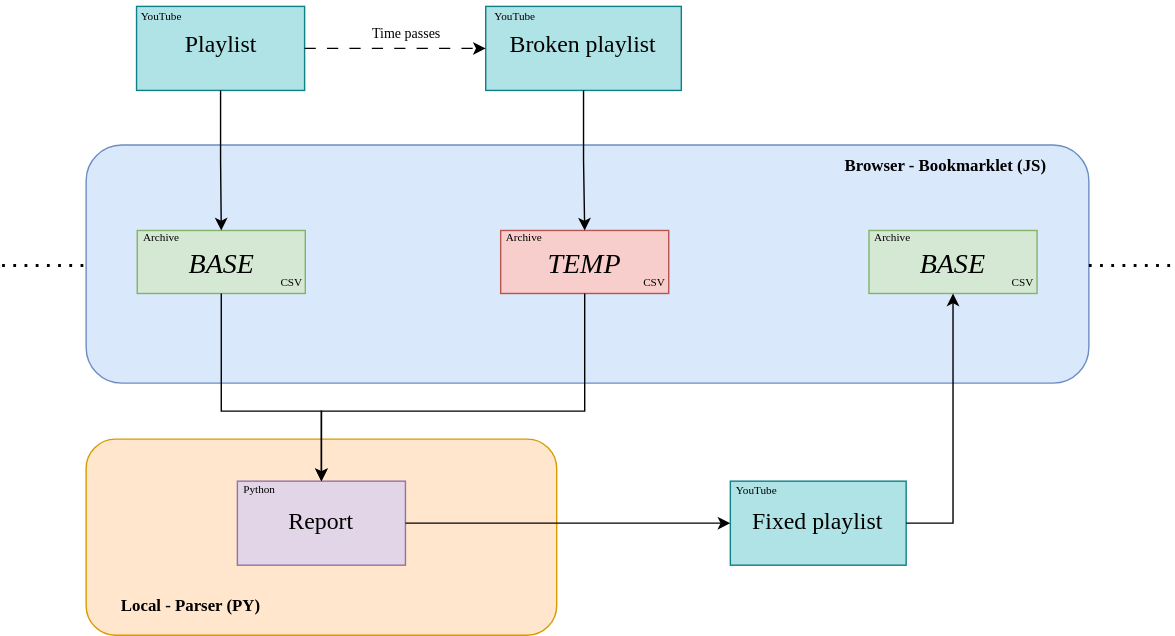
Earlier version of the draw.io export misc/diagram.drawio.svg (vitto4/yt-playlist-diff). Source tidied: cells renumbered, new cells last; positions are measured from the earlier drawing's top-left corner, leaving out a move shared by most shapes.
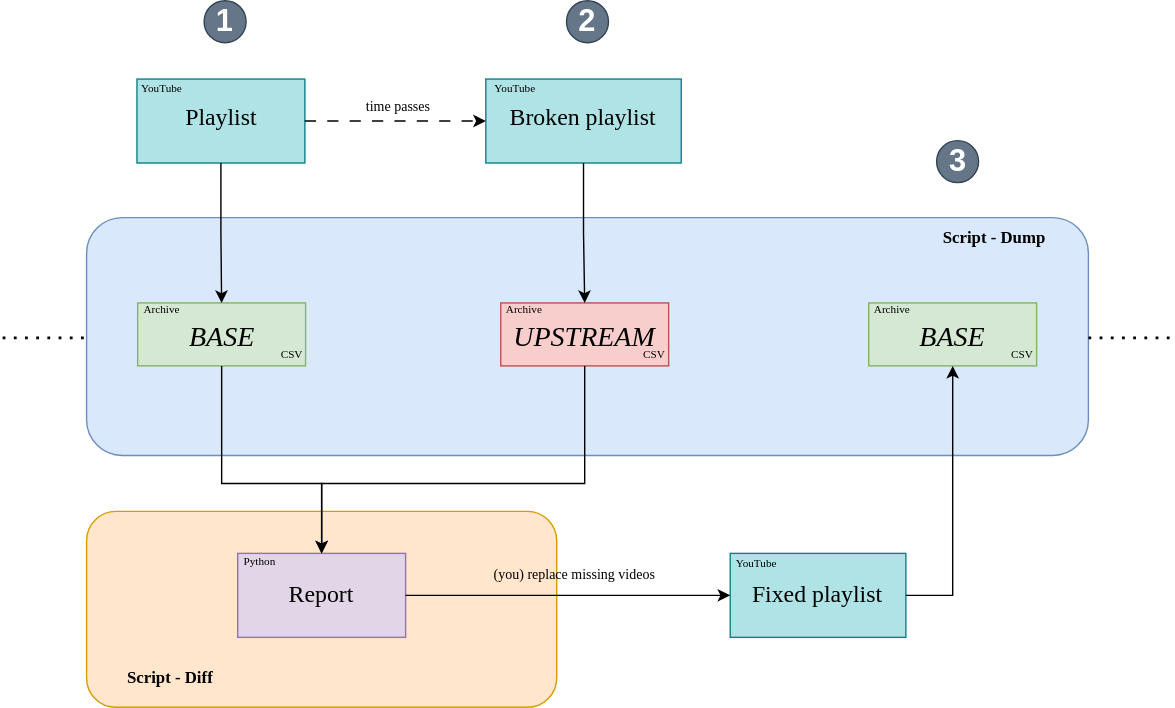
The same file after the commit.

The edit, as a diff of the source:
```diff
@@ -5,8 +5,8 @@
     <mxCell id="2" style="rounded=1;whiteSpace=wrap;html=1;fillColor=#dae8fc;strokeColor=#6c8ebf;" parent="1" vertex="1">
       <mxGeometry x="60" y="103" width="716" height="170" as="geometry" />
     </mxCell>
-    <mxCell id="3" value="Browser - Bookmarklet (JS)" style="text;html=1;strokeColor=none;fillColor=none;align=center;verticalAlign=middle;whiteSpace=wrap;rounded=0;fontStyle=1;fontFamily=Tahoma;" parent="1" vertex="1">
-      <mxGeometry x="589" y="103" width="170" height="30" as="geometry" />
+    <mxCell id="3" value="Script - Dump" style="text;html=1;strokeColor=none;fillColor=none;align=center;verticalAlign=middle;whiteSpace=wrap;rounded=0;fontStyle=1;fontFamily=Tahoma;" parent="1" vertex="1">
+      <mxGeometry x="624" y="103" width="170" height="30" as="geometry" />
     </mxCell>
     <mxCell id="4" style="group;" parent="1" vertex="1">
       <mxGeometry x="83.5" y="153" width="142.5" height="60" as="geometry" />
@@ -50,7 +50,7 @@
     <mxCell id="17" value="&lt;font style=&quot;font-size: 8px;&quot;&gt;Archive&lt;/font&gt;" style="text;html=1;strokeColor=none;fillColor=none;align=center;verticalAlign=middle;whiteSpace=wrap;rounded=0;fontFamily=Tahoma;" parent="15" vertex="1">
       <mxGeometry width="60" height="30" as="geometry" />
     </mxCell>
-    <mxCell id="18" value="&lt;font size=&quot;1&quot;&gt;&lt;i style=&quot;font-size: 20px;&quot;&gt;TEMP&lt;/i&gt;&lt;/font&gt;" style="text;html=1;strokeColor=none;fillColor=none;align=center;verticalAlign=middle;whiteSpace=wrap;rounded=0;fontSize=8;fontFamily=Tahoma;" parent="15" vertex="1">
+    <mxCell id="18" value="&lt;font size=&quot;1&quot;&gt;&lt;i style=&quot;font-size: 20px;&quot;&gt;UPSTREAM&lt;/i&gt;&lt;/font&gt;" style="text;html=1;strokeColor=none;fillColor=none;align=center;verticalAlign=middle;whiteSpace=wrap;rounded=0;fontSize=8;fontFamily=Tahoma;" parent="15" vertex="1">
       <mxGeometry x="43" y="18.5" width="60" height="30" as="geometry" />
     </mxCell>
     <mxCell id="19" value="&lt;font style=&quot;font-size: 8px;&quot;&gt;CSV&lt;/font&gt;" style="text;html=1;strokeColor=none;fillColor=none;align=center;verticalAlign=middle;whiteSpace=wrap;rounded=0;fontFamily=Tahoma;" parent="15" vertex="1">
@@ -59,8 +59,8 @@
     <mxCell id="20" style="rounded=1;whiteSpace=wrap;html=1;fillColor=#ffe6cc;strokeColor=#d79b00;" parent="1" vertex="1">
       <mxGeometry x="60" y="313" width="336" height="140" as="geometry" />
     </mxCell>
-    <mxCell id="21" value="Local - Parser (PY)" style="text;html=1;strokeColor=none;fillColor=none;align=center;verticalAlign=middle;whiteSpace=wrap;rounded=0;fontStyle=1;fontFamily=Tahoma;" parent="1" vertex="1">
-      <mxGeometry x="76" y="417" width="118" height="30" as="geometry" />
+    <mxCell id="21" value="Script - Diff" style="text;html=1;strokeColor=none;fillColor=none;align=center;verticalAlign=middle;whiteSpace=wrap;rounded=0;fontStyle=1;fontFamily=Tahoma;" parent="1" vertex="1">
+      <mxGeometry x="61" y="417" width="118" height="30" as="geometry" />
     </mxCell>
     <mxCell id="22" style="group;" parent="1" vertex="1">
       <mxGeometry x="168" y="343" width="120" height="60" as="geometry" />
@@ -166,8 +166,20 @@
     <mxCell id="49" style="rounded=0;jettySize=auto;html=1;exitX=1;exitY=0.5;exitDx=0;exitDy=0;fontFamily=Tahoma;fontSize=20;dashed=1;dashPattern=8 8;entryX=0;entryY=0.5;entryDx=0;entryDy=0;" parent="1" edge="1" source="45" target="37">
       <mxGeometry relative="1" as="geometry" />
     </mxCell>
-    <mxCell id="50" value="&lt;font style=&quot;font-size: 10px;&quot;&gt;Time passes&lt;br&gt;&lt;/font&gt;" style="text;html=1;strokeColor=none;fillColor=none;align=center;verticalAlign=middle;whiteSpace=wrap;rounded=0;fontFamily=Tahoma;" parent="1" vertex="1">
-      <mxGeometry x="252.5" y="8" width="72" height="30" as="geometry" />
+    <mxCell id="50" value="&lt;font style=&quot;font-size: 10px;&quot;&gt;time passes&lt;br&gt;&lt;/font&gt;" style="text;html=1;strokeColor=none;fillColor=none;align=center;verticalAlign=middle;whiteSpace=wrap;rounded=0;fontFamily=Tahoma;" parent="1" vertex="1">
+      <mxGeometry x="246.5" y="8" width="72" height="30" as="geometry" />
     </mxCell>
+    <mxCell id="51" value="&lt;font style=&quot;font-size: 10px;&quot;&gt;(you) replace missing videos&lt;/font&gt;" style="text;html=1;strokeColor=none;fillColor=none;align=center;verticalAlign=middle;whiteSpace=wrap;rounded=0;fontFamily=Tahoma;" parent="1" vertex="1">
+      <mxGeometry x="329" y="343" width="160" height="30" as="geometry" />
+    </mxCell>
+    <mxCell id="52" value="&lt;b&gt;&lt;font style=&quot;font-size: 22px;&quot;&gt;1&lt;/font&gt;&lt;/b&gt;" style="ellipse;whiteSpace=wrap;html=1;fillColor=#647687;strokeColor=#314354;fontColor=#ffffff;" parent="1" vertex="1">
+      <mxGeometry x="144" y="-52" width="30" height="30" as="geometry" />
+    </mxCell>
+    <mxCell id="53" value="&lt;b&gt;&lt;font style=&quot;font-size: 22px;&quot;&gt;2&lt;/font&gt;&lt;/b&gt;" style="ellipse;whiteSpace=wrap;html=1;fillColor=#647687;strokeColor=#314354;fontColor=#ffffff;" parent="1" vertex="1">
+      <mxGeometry x="403" y="-52" width="30" height="30" as="geometry" />
+    </mxCell>
+    <mxCell id="54" value="&lt;b&gt;&lt;font style=&quot;font-size: 22px;&quot;&gt;3&lt;/font&gt;&lt;/b&gt;" style="ellipse;whiteSpace=wrap;html=1;fillColor=#647687;strokeColor=#314354;fontColor=#ffffff;" parent="1" vertex="1">
+      <mxGeometry x="667.5" y="48" width="30" height="30" as="geometry" />
+    </mxCell>
   </root>
 </mxGraphModel>
```
